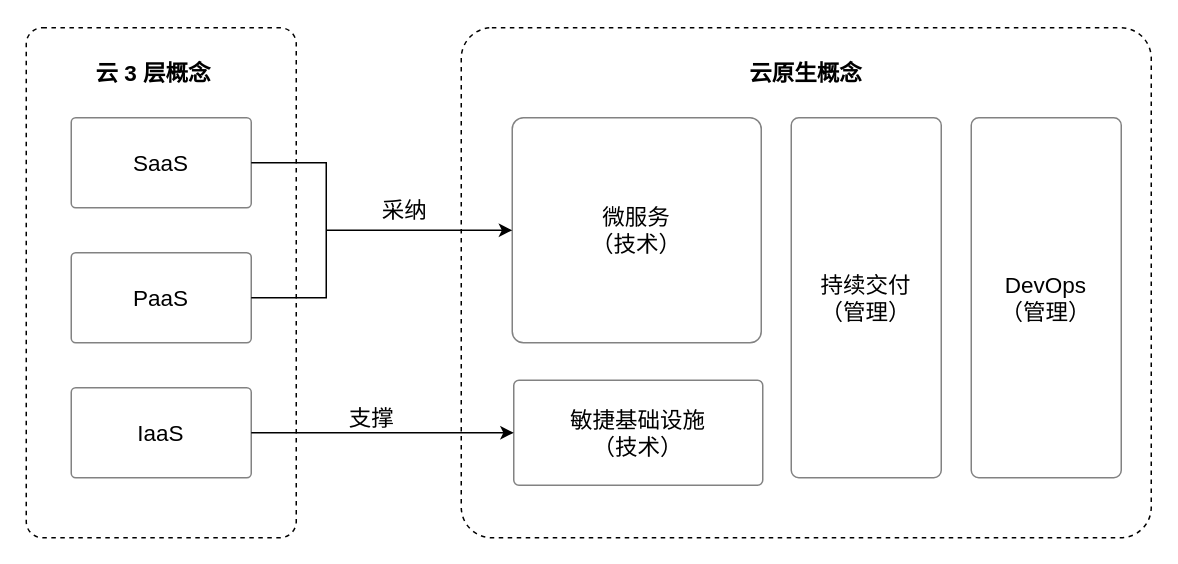
Above: 云原生内容.drawio in qozi/diagram (draw.io), before the change. Source tidied: cells renumbered, new cells numbered last; positions are measured from the earlier drawing's top-left corner, leaving out a move shared by most shapes. Both pictures are drawn from the tidied source at 150%, with x=0, y=0 at pixel (26, 27).
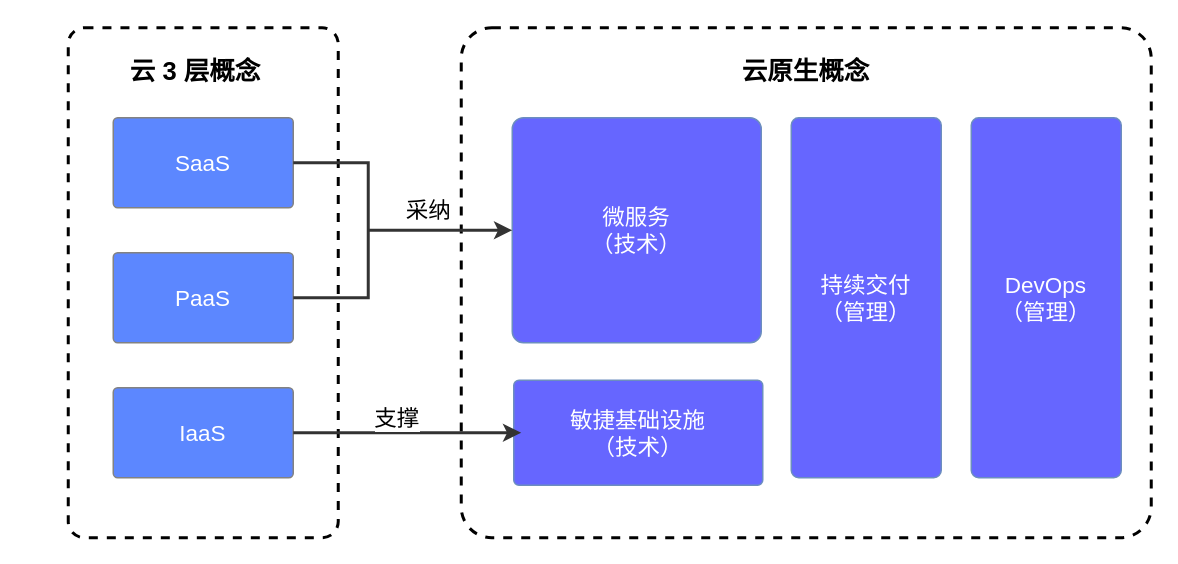
After the change.

Commit message (it also covers changes not shown here):
更新云原生内容.drawio

The edit, as a diff of the source:
```diff
@@
-    <mxCell id="2" style="rounded=1;whiteSpace=wrap;html=1;dashed=1;fillColor=none;perimeter=rectanglePerimeter;arcSize=6;" parent="1" vertex="1">
-      <mxGeometry width="180" height="340" as="geometry" />
+    <mxCell id="2" style="rounded=1;whiteSpace=wrap;html=1;dashed=1;fillColor=none;perimeter=rectanglePerimeter;arcSize=6;strokeWidth=2;" parent="1" vertex="1">
+      <mxGeometry x="28" width="180" height="340" as="geometry" />
     </mxCell>
-    <mxCell id="3" value="SaaS" style="rounded=1;whiteSpace=wrap;html=1;fontColor=#000000;strokeColor=#828282;arcSize=5;fontSize=15;" parent="1" vertex="1">
-      <mxGeometry x="30" y="60" width="120" height="60" as="geometry" />
+    <mxCell id="3" value="SaaS" style="rounded=1;whiteSpace=wrap;html=1;fontColor=#FFFFFF;strokeColor=#828282;arcSize=5;fontSize=15;fillColor=#5C87FF;" parent="1" vertex="1">
+      <mxGeometry x="58" y="60" width="120" height="60" as="geometry" />
     </mxCell>
-    <mxCell id="4" value="云 3 层概念&lt;br style=&quot;font-size: 15px;&quot;&gt;" style="text;html=1;strokeColor=none;fillColor=none;align=center;verticalAlign=middle;whiteSpace=wrap;rounded=0;dashed=1;fontSize=15;fontStyle=1;" parent="1" vertex="1">
-      <mxGeometry x="40" y="20" width="90" height="20" as="geometry" />
+    <mxCell id="4" value="云 3 层概念&lt;br style=&quot;font-size: 17px;&quot;&gt;" style="text;html=1;strokeColor=none;fillColor=none;align=center;verticalAlign=middle;whiteSpace=wrap;rounded=0;dashed=1;fontSize=17;fontStyle=1;" parent="1" vertex="1">
+      <mxGeometry x="68" y="20" width="90" height="20" as="geometry" />
     </mxCell>
-    <mxCell id="5" value="PaaS" style="rounded=1;whiteSpace=wrap;html=1;arcSize=5;strokeColor=#828282;fontSize=15;" parent="1" vertex="1">
-      <mxGeometry x="30" y="150" width="120" height="60" as="geometry" />
+    <mxCell id="5" value="PaaS" style="rounded=1;whiteSpace=wrap;html=1;arcSize=5;strokeColor=#828282;fontSize=15;fillColor=#5C87FF;fontColor=#FFFFFF;" parent="1" vertex="1">
+      <mxGeometry x="58" y="150" width="120" height="60" as="geometry" />
     </mxCell>
-    <mxCell id="6" value="IaaS" style="rounded=1;whiteSpace=wrap;html=1;arcSize=5;strokeColor=#828282;fontSize=15;" parent="1" vertex="1">
-      <mxGeometry x="30" y="240" width="120" height="60" as="geometry" />
+    <mxCell id="6" value="IaaS" style="rounded=1;whiteSpace=wrap;html=1;arcSize=5;strokeColor=#828282;fontSize=15;fillColor=#5C87FF;fontColor=#FFFFFF;" parent="1" vertex="1">
+      <mxGeometry x="58" y="240" width="120" height="60" as="geometry" />
     </mxCell>
-    <mxCell id="7" style="rounded=1;whiteSpace=wrap;html=1;dashed=1;fillColor=none;perimeter=rectanglePerimeter;arcSize=6;fontColor=#000000;" parent="1" vertex="1">
+    <mxCell id="7" style="rounded=1;whiteSpace=wrap;html=1;dashed=1;fillColor=none;perimeter=rectanglePerimeter;arcSize=6;fontColor=#000000;strokeWidth=2;" parent="1" vertex="1">
       <mxGeometry x="290" width="460" height="340" as="geometry" />
     </mxCell>
-    <mxCell id="8" value="云原生概念" style="text;html=1;strokeColor=none;fillColor=none;align=center;verticalAlign=middle;whiteSpace=wrap;rounded=0;dashed=1;fontSize=15;fontStyle=1;" parent="1" vertex="1">
+    <mxCell id="8" value="云原生概念" style="text;html=1;strokeColor=none;fillColor=none;align=center;verticalAlign=middle;whiteSpace=wrap;rounded=0;dashed=1;fontSize=17;fontStyle=1;" parent="1" vertex="1">
       <mxGeometry x="475" y="20" width="90" height="20" as="geometry" />
     </mxCell>
-    <mxCell id="9" value="&lt;font style=&quot;font-size: 15px&quot;&gt;微服务&lt;br&gt;（技术）&lt;/font&gt;" style="rounded=1;whiteSpace=wrap;html=1;fontColor=#000000;strokeColor=#828282;arcSize=5;" parent="1" vertex="1">
+    <mxCell id="9" value="&lt;font style=&quot;font-size: 15px&quot;&gt;微服务&lt;br&gt;（技术）&lt;/font&gt;" style="rounded=1;whiteSpace=wrap;html=1;strokeColor=#6c8ebf;arcSize=5;fillColor=#6666FF;fontColor=#FFFFFF;" parent="1" vertex="1">
       <mxGeometry x="324" y="60" width="166" height="150" as="geometry" />
     </mxCell>
-    <mxCell id="10" value="敏捷基础设施&lt;br&gt;（技术）" style="rounded=1;whiteSpace=wrap;html=1;arcSize=5;strokeColor=#828282;fontSize=15;" parent="1" vertex="1">
+    <mxCell id="10" value="敏捷基础设施&lt;br&gt;（技术）" style="rounded=1;whiteSpace=wrap;html=1;arcSize=5;strokeColor=#6c8ebf;fontSize=15;fillColor=#6666FF;fontColor=#FFFFFF;" parent="1" vertex="1">
       <mxGeometry x="325" y="235" width="166" height="70" as="geometry" />
     </mxCell>
-    <mxCell id="11" value="持续交付&lt;br&gt;（管理）" style="rounded=1;whiteSpace=wrap;html=1;arcSize=5;strokeColor=#828282;fontSize=15;" parent="1" vertex="1">
+    <mxCell id="11" value="持续交付&lt;br&gt;（管理）" style="rounded=1;whiteSpace=wrap;html=1;arcSize=5;strokeColor=#6c8ebf;fontSize=15;fillColor=#6666FF;fontColor=#FFFFFF;" parent="1" vertex="1">
       <mxGeometry x="510" y="60" width="100" height="240" as="geometry" />
     </mxCell>
-    <mxCell id="12" value="DevOps&lt;br&gt;（管理）" style="rounded=1;whiteSpace=wrap;html=1;arcSize=5;strokeColor=#828282;fontSize=15;" parent="1" vertex="1">
+    <mxCell id="12" value="DevOps&lt;br&gt;（管理）" style="rounded=1;whiteSpace=wrap;html=1;arcSize=5;strokeColor=#6c8ebf;fontSize=15;fillColor=#6666FF;fontColor=#FFFFFF;" parent="1" vertex="1">
       <mxGeometry x="630" y="60" width="100" height="240" as="geometry" />
     </mxCell>
-    <mxCell id="13" style="endArrow=none;html=1;fontSize=15;fontColor=#000000;exitX=1;exitY=0.5;exitDx=0;exitDy=0;entryX=1;entryY=0.5;entryDx=0;entryDy=0;rounded=0;" parent="1" edge="1" source="3" target="5">
+    <mxCell id="13" style="endArrow=none;html=1;fontSize=15;fontColor=#000000;exitX=1;exitY=0.5;exitDx=0;exitDy=0;entryX=1;entryY=0.5;entryDx=0;entryDy=0;rounded=0;strokeWidth=2;strokeColor=#333333;" parent="1" edge="1" source="3" target="5">
       <mxGeometry relative="1" as="geometry">
         <Array as="points">
-          <mxPoint x="200" y="90" />
-          <mxPoint x="200" y="180" />
+          <mxPoint x="228" y="90" />
+          <mxPoint x="228" y="180" />
         </Array>
       </mxGeometry>
     </mxCell>
-    <mxCell id="14" style="endArrow=classic;html=1;fontSize=15;fontColor=#000000;entryX=0;entryY=0.5;entryDx=0;entryDy=0;" parent="1" edge="1" target="9">
+    <mxCell id="14" style="endArrow=classic;html=1;fontSize=15;fontColor=#000000;entryX=0;entryY=0.5;entryDx=0;entryDy=0;strokeWidth=2;strokeColor=#333333;" parent="1" edge="1" target="9">
       <mxGeometry relative="1" as="geometry">
-        <mxPoint x="200" y="135" as="sourcePoint" />
+        <mxPoint x="228" y="135" as="sourcePoint" />
       </mxGeometry>
     </mxCell>
@@
-    <mxCell id="16" value="支撑" style="endArrow=classic;html=1;fontSize=15;fontColor=#000000;exitX=1;exitY=0.5;exitDx=0;exitDy=0;" parent="1" edge="1" source="6">
+    <mxCell id="16" value="支撑" style="endArrow=classic;html=1;fontSize=15;fontColor=#000000;exitX=1;exitY=0.5;exitDx=0;exitDy=0;strokeWidth=2;strokeColor=#333333;" parent="1" edge="1" source="6">
       <mxGeometry x="-0.09" y="10" relative="1" as="geometry">
-        <mxPoint x="325" y="270" as="targetPoint" />
+        <mxPoint x="330" y="270" as="targetPoint" />
       </mxGeometry>
     </mxCell>
```
